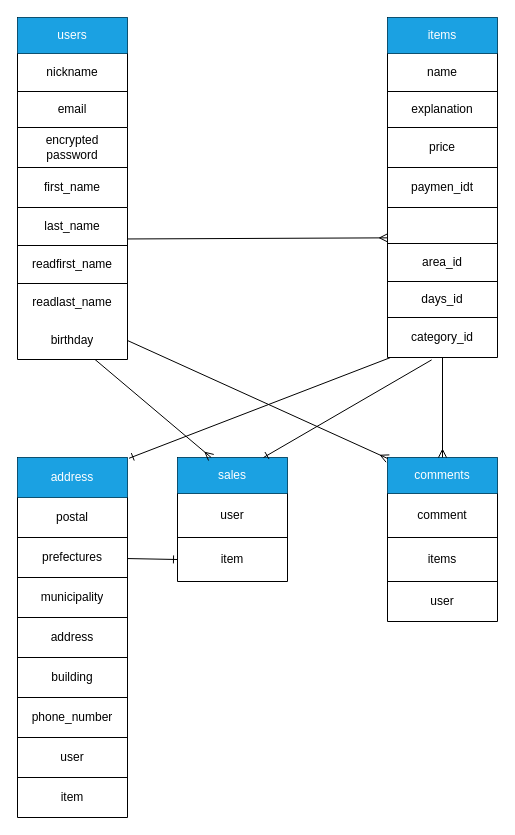
Above: ER.dio/data.dio in fuku-shin/furima-31151 (draw.io), before the change. Source tidied: cells renumbered, new cells numbered last; positions are measured from the earlier drawing's top-left corner, leaving out a move shared by most shapes. Both pictures are drawn from the tidied source at 100%, with x=0, y=0 at pixel (17, 17).
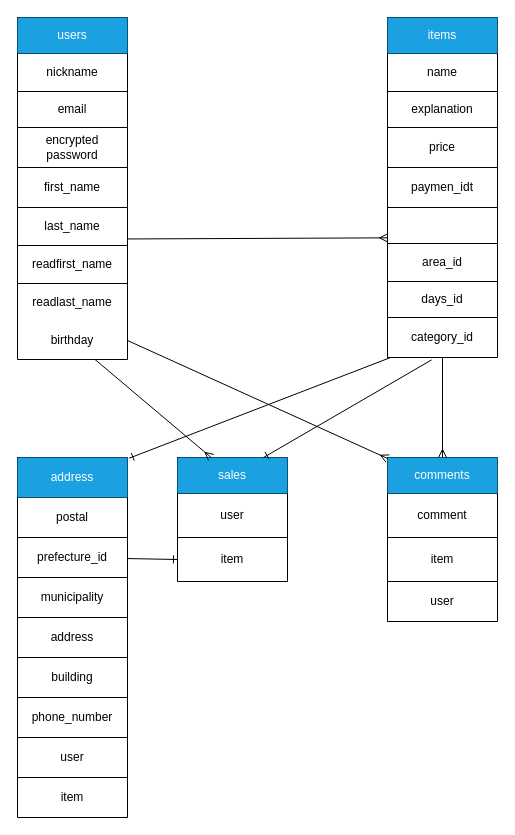
The same page after the edit.

Unchanged cells that the change refers to:
```xml
<mxCell id="48" style="shape=partialRectangle;html=1;whiteSpace=wrap;fillColor=none;top=0;left=0;bottom=0;right=0;" parent="43" vertex="1">
  <mxGeometry y="80" width="110" height="44" as="geometry" />
</mxCell>
<mxCell id="64" style="shape=partialRectangle;html=1;whiteSpace=wrap;fillColor=none;top=0;left=0;bottom=0;right=0;points=[[0,0.5],[1,0.5]];portConstraint=eastwest;" parent="59" vertex="1">
  <mxGeometry y="80" width="110" height="40" as="geometry" />
</mxCell>
```

Diff of the diagram source:
```diff
@@
-    <mxCell id="49" value="items" style="shape=partialRectangle;html=1;whiteSpace=wrap;overflow=hidden;fillColor=none;top=0;left=0;bottom=0;right=0;" parent="48" vertex="1">
+    <mxCell id="49" value="item" style="shape=partialRectangle;html=1;whiteSpace=wrap;overflow=hidden;fillColor=none;top=0;left=0;bottom=0;right=0;" parent="48" vertex="1">
       <mxGeometry width="110" height="44" as="geometry" />
     </mxCell>
@@
-    <mxCell id="65" value="prefectures" style="shape=partialRectangle;html=1;whiteSpace=wrap;overflow=hidden;fillColor=none;top=0;left=0;bottom=0;right=0;" parent="64" vertex="1">
+    <mxCell id="65" value="prefecture_id" style="shape=partialRectangle;html=1;whiteSpace=wrap;overflow=hidden;fillColor=none;top=0;left=0;bottom=0;right=0;" parent="64" vertex="1">
       <mxGeometry width="110" height="40" as="geometry" />
     </mxCell>
```
